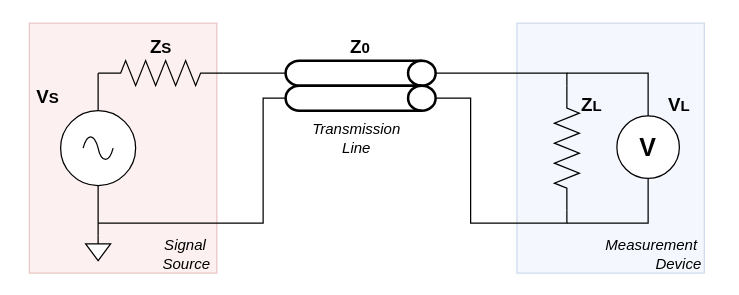
ktlim-xy/draw-io keeps this draw.io diagram as circuit.drawio. Above is the earlier version. Source tidied: cells renumbered, new cells numbered last; positions are measured from the earlier drawing's top-left corner, leaving out a move shared by most shapes. Both pictures are drawn from the tidied source at 125%, with x=0, y=0 at pixel (29, 22).
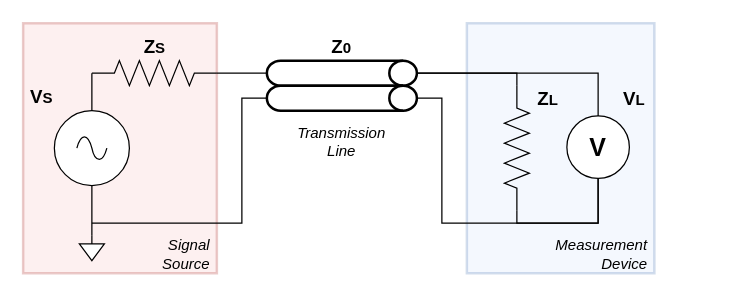
The same diagram, later.

The edit, as a diff of the source:
```diff
@@
-    <mxCell id="2" style="verticalLabelPosition=bottom;verticalAlign=top;html=1;shape=mxgraph.basic.rect;fillColor2=none;strokeWidth=1;size=20;indent=5;fillColor=#dae8fc;strokeColor=#6c8ebf;opacity=30;" parent="1" vertex="1">
-      <mxGeometry x="390" width="150" height="200" as="geometry" />
+    <mxCell id="2" style="verticalLabelPosition=bottom;verticalAlign=top;html=1;shape=mxgraph.basic.rect;fillColor2=none;strokeWidth=2;size=20;indent=5;fillColor=#dae8fc;strokeColor=#6c8ebf;opacity=30;" parent="1" vertex="1">
+      <mxGeometry x="350" width="150" height="200" as="geometry" />
     </mxCell>
-    <mxCell id="3" style="verticalLabelPosition=bottom;verticalAlign=top;html=1;shape=mxgraph.basic.rect;fillColor2=none;strokeWidth=1;size=20;indent=5;fillColor=#f8cecc;strokeColor=#b85450;opacity=30;" parent="1" vertex="1">
-      <mxGeometry width="150" height="200" as="geometry" />
+    <mxCell id="3" style="verticalLabelPosition=bottom;verticalAlign=top;html=1;shape=mxgraph.basic.rect;fillColor2=none;strokeWidth=2;size=20;indent=5;fillColor=#f8cecc;strokeColor=#b85450;opacity=30;" parent="1" vertex="1">
+      <mxGeometry x="-5" width="155" height="200" as="geometry" />
     </mxCell>
     <mxCell id="4" value="&lt;font style=&quot;font-size: 15px;&quot;&gt;V&lt;/font&gt;S" style="verticalLabelPosition=top;shadow=0;dashed=0;align=right;html=1;verticalAlign=bottom;shape=mxgraph.electrical.signal_sources.source;points=[[0.5,0,0],[1,0.5,0],[0.5,1,0],[0,0.5,0]];elSignalType=ac;labelPosition=left;fontStyle=1;" parent="1" vertex="1">
-      <mxGeometry x="25" y="70" width="60" height="60" as="geometry" />
+      <mxGeometry x="20" y="70" width="60" height="60" as="geometry" />
     </mxCell>
     <mxCell id="5" value="&lt;span style=&quot;font-size: 15px;&quot;&gt;Z&lt;/span&gt;S" style="verticalLabelPosition=top;shadow=0;dashed=0;align=center;html=1;verticalAlign=bottom;shape=mxgraph.electrical.resistors.resistor_2;fontStyle=1;labelPosition=center;" parent="1" vertex="1">
-      <mxGeometry x="55" y="30" width="100" height="20" as="geometry" />
+      <mxGeometry x="50" y="30" width="100" height="20" as="geometry" />
     </mxCell>
     <mxCell id="6" style="verticalLabelPosition=top;shadow=0;dashed=0;align=center;html=1;verticalAlign=bottom;shape=mxgraph.electrical.resistors.resistor_2;fontStyle=1;labelPosition=center;rotation=90;" parent="1" vertex="1">
-      <mxGeometry x="380" y="90" width="100" height="20" as="geometry" />
+      <mxGeometry x="340" y="90" width="100" height="20" as="geometry" />
     </mxCell>
     <mxCell id="7" style="verticalLabelPosition=bottom;shadow=0;dashed=0;align=center;html=1;verticalAlign=top;shape=mxgraph.electrical.signal_sources.signal_ground;" parent="1" vertex="1">
-      <mxGeometry x="45" y="170" width="20" height="20" as="geometry" />
+      <mxGeometry x="40" y="170" width="20" height="20" as="geometry" />
     </mxCell>
+    <mxCell id="24" style="edgeStyle=orthogonalEdgeStyle;rounded=0;jettySize=auto;html=1;exitX=1;exitY=0.5;exitDx=0;exitDy=0;exitPerimeter=0;entryX=0.5;entryY=0;entryDx=0;entryDy=0;endArrow=none;endFill=0;" parent="1" edge="1" source="8" target="18">
+      <mxGeometry relative="1" as="geometry" />
+    </mxCell>
     <mxCell id="8" value="&lt;font style=&quot;font-size: 15px;&quot;&gt;Z&lt;/font&gt;0" style="strokeWidth=2;html=1;shape=mxgraph.flowchart.direct_data;whiteSpace=wrap;align=center;labelPosition=center;verticalLabelPosition=top;verticalAlign=bottom;fontStyle=1;" parent="1" vertex="1">
-      <mxGeometry x="205" y="30" width="120" height="20" as="geometry" />
+      <mxGeometry x="190" y="30" width="120" height="20" as="geometry" />
     </mxCell>
@@
+    <mxCell id="25" style="edgeStyle=orthogonalEdgeStyle;rounded=0;jettySize=auto;html=1;exitX=0;exitY=0.5;exitDx=0;exitDy=0;exitPerimeter=0;endArrow=none;endFill=0;" parent="1" edge="1" source="10">
+      <mxGeometry relative="1" as="geometry">
+        <mxPoint x="50" y="160" as="targetPoint" />
+        <Array as="points">
+          <mxPoint x="170" y="60" />
+          <mxPoint x="170" y="160" />
+        </Array>
+      </mxGeometry>
+    </mxCell>
     <mxCell id="10" style="strokeWidth=2;html=1;shape=mxgraph.flowchart.direct_data;whiteSpace=wrap;fontStyle=1;" parent="1" vertex="1">
-      <mxGeometry x="205" y="50" width="120" height="20" as="geometry" />
+      <mxGeometry x="190" y="50" width="120" height="20" as="geometry" />
     </mxCell>
-    <mxCell id="11" style="edgeStyle=orthogonalEdgeStyle;rounded=0;jettySize=auto;html=1;exitX=1;exitY=0.5;exitDx=0;exitDy=0;exitPerimeter=0;entryX=0;entryY=0.5;entryDx=0;entryDy=0;entryPerimeter=0;endArrow=none;endFill=0;" parent="1" edge="1" source="8" target="6">
-      <mxGeometry relative="1" as="geometry">
-        <Array as="points">
-          <mxPoint x="430" y="40" />
-        </Array>
-      </mxGeometry>
-    </mxCell>
@@
-    <mxCell id="13" value="Measurement&amp;nbsp;&lt;br&gt;Device" style="text;html=1;whiteSpace=wrap;strokeColor=none;fillColor=none;align=right;verticalAlign=middle;rounded=0;fontStyle=2;" parent="1" vertex="1">
-      <mxGeometry x="454" y="170" width="86" height="30" as="geometry" />
+    <mxCell id="13" value="Measurement&amp;nbsp;&lt;br&gt;Device&amp;nbsp;" style="text;html=1;whiteSpace=wrap;strokeColor=none;fillColor=none;align=right;verticalAlign=middle;rounded=0;fontStyle=2;" parent="1" vertex="1">
+      <mxGeometry x="414" y="170" width="86" height="30" as="geometry" />
     </mxCell>
-    <mxCell id="14" value="Signal&amp;nbsp;&lt;div&gt;Source&lt;/div&gt;" style="text;html=1;whiteSpace=wrap;strokeColor=none;fillColor=none;align=right;verticalAlign=middle;rounded=0;fontStyle=2;" parent="1" vertex="1">
-      <mxGeometry x="85" y="170" width="62" height="30" as="geometry" />
+    <mxCell id="14" value="Signal&amp;nbsp;&lt;div&gt;Source&amp;nbsp;&lt;/div&gt;" style="text;html=1;whiteSpace=wrap;strokeColor=none;fillColor=none;align=right;verticalAlign=middle;rounded=0;fontStyle=2;" parent="1" vertex="1">
+      <mxGeometry x="88" y="170" width="62" height="30" as="geometry" />
     </mxCell>
     <mxCell id="15" value="Transmission Line" style="text;html=1;whiteSpace=wrap;strokeColor=none;fillColor=none;align=center;verticalAlign=middle;rounded=0;fontStyle=2;" parent="1" vertex="1">
-      <mxGeometry x="231" y="77" width="62" height="30" as="geometry" />
+      <mxGeometry x="219" y="80" width="62" height="30" as="geometry" />
     </mxCell>
-    <mxCell id="16" style="edgeStyle=orthogonalEdgeStyle;rounded=0;jettySize=auto;html=1;exitX=0.5;exitY=0;exitDx=0;exitDy=0;endArrow=none;endFill=0;" parent="1" edge="1" source="18">
-      <mxGeometry relative="1" as="geometry">
-        <mxPoint x="430" y="40" as="targetPoint" />
-        <Array as="points">
-          <mxPoint x="495" y="40" />
-        </Array>
-      </mxGeometry>
-    </mxCell>
-    <mxCell id="17" style="edgeStyle=orthogonalEdgeStyle;rounded=0;jettySize=auto;html=1;exitX=0.5;exitY=1;exitDx=0;exitDy=0;endArrow=none;endFill=0;" parent="1" edge="1" source="18">
-      <mxGeometry relative="1" as="geometry">
-        <mxPoint x="430" y="160" as="targetPoint" />
-        <Array as="points">
-          <mxPoint x="495" y="160" />
-        </Array>
-      </mxGeometry>
-    </mxCell>
     <mxCell id="18" value="&lt;b&gt;&lt;font style=&quot;font-size: 20px;&quot;&gt;V&lt;/font&gt;&lt;/b&gt;" style="ellipse;whiteSpace=wrap;html=1;" parent="1" vertex="1">
-      <mxGeometry x="470" y="74.2" width="50" height="50" as="geometry" />
+      <mxGeometry x="430" y="74.2" width="50" height="50" as="geometry" />
     </mxCell>
-    <mxCell id="19" style="edgeStyle=orthogonalEdgeStyle;rounded=0;jettySize=auto;html=1;exitX=1;exitY=0.5;exitDx=0;exitDy=0;exitPerimeter=0;entryX=1;entryY=0.5;entryDx=0;entryDy=0;entryPerimeter=0;endArrow=none;endFill=0;" parent="1" edge="1" source="6" target="10">
-      <mxGeometry relative="1" as="geometry">
-        <Array as="points">
-          <mxPoint x="430" y="160" />
-          <mxPoint x="353" y="160" />
-          <mxPoint x="353" y="60" />
-        </Array>
-      </mxGeometry>
-    </mxCell>
     <mxCell id="20" value="&lt;font style=&quot;font-weight: 700; text-align: right; white-space: nowrap; font-size: 15px;&quot;&gt;V&lt;/font&gt;&lt;font style=&quot;font-weight: 700; text-align: right; white-space: nowrap;&quot;&gt;L&lt;/font&gt;" style="text;html=1;whiteSpace=wrap;strokeColor=none;fillColor=none;align=center;verticalAlign=middle;rounded=0;" parent="1" vertex="1">
-      <mxGeometry x="490" y="50" width="60" height="30" as="geometry" />
+      <mxGeometry x="454" y="45" width="60" height="30" as="geometry" />
     </mxCell>
     <mxCell id="21" value="&lt;font style=&quot;font-weight: 700; white-space: nowrap;&quot;&gt;&lt;span style=&quot;font-size: 15px;&quot;&gt;Z&lt;/span&gt;L&lt;/font&gt;" style="text;html=1;whiteSpace=wrap;strokeColor=none;fillColor=none;align=center;verticalAlign=middle;rounded=0;" parent="1" vertex="1">
-      <mxGeometry x="420" y="50" width="60" height="30" as="geometry" />
+      <mxGeometry x="385" y="45" width="60" height="30" as="geometry" />
     </mxCell>
@@
-    <mxCell id="23" style="edgeStyle=orthogonalEdgeStyle;rounded=0;jettySize=auto;html=1;exitX=0;exitY=0.5;exitDx=0;exitDy=0;exitPerimeter=0;endArrow=none;endFill=0;" parent="1" edge="1" source="10">
-      <mxGeometry relative="1" as="geometry">
-        <mxPoint x="55" y="160" as="targetPoint" />
-        <Array as="points">
-          <mxPoint x="187" y="60" />
-          <mxPoint x="187" y="160" />
-        </Array>
-      </mxGeometry>
-    </mxCell>
+    <mxCell id="26" style="edgeStyle=orthogonalEdgeStyle;rounded=0;jettySize=auto;html=1;exitX=0;exitY=0.5;exitDx=0;exitDy=0;exitPerimeter=0;entryX=1;entryY=0.5;entryDx=0;entryDy=0;entryPerimeter=0;endArrow=none;endFill=0;" parent="1" edge="1" source="6" target="8">
+      <mxGeometry relative="1" as="geometry">
+        <Array as="points">
+          <mxPoint x="390" y="40" />
+        </Array>
+      </mxGeometry>
+    </mxCell>
+    <mxCell id="27" style="edgeStyle=orthogonalEdgeStyle;rounded=0;jettySize=auto;html=1;exitX=0.5;exitY=1;exitDx=0;exitDy=0;entryX=1;entryY=0.5;entryDx=0;entryDy=0;entryPerimeter=0;endArrow=none;endFill=0;" parent="1" edge="1" source="18" target="10">
+      <mxGeometry relative="1" as="geometry">
+        <Array as="points">
+          <mxPoint x="455" y="160" />
+          <mxPoint x="330" y="160" />
+          <mxPoint x="330" y="60" />
+        </Array>
+      </mxGeometry>
+    </mxCell>
+    <mxCell id="28" style="edgeStyle=orthogonalEdgeStyle;rounded=0;jettySize=auto;html=1;exitX=0.5;exitY=1;exitDx=0;exitDy=0;entryX=1;entryY=0.5;entryDx=0;entryDy=0;entryPerimeter=0;endArrow=none;endFill=0;" parent="1" edge="1" source="18" target="6">
+      <mxGeometry relative="1" as="geometry">
+        <Array as="points">
+          <mxPoint x="455" y="160" />
+          <mxPoint x="390" y="160" />
+        </Array>
+      </mxGeometry>
+    </mxCell>
```
